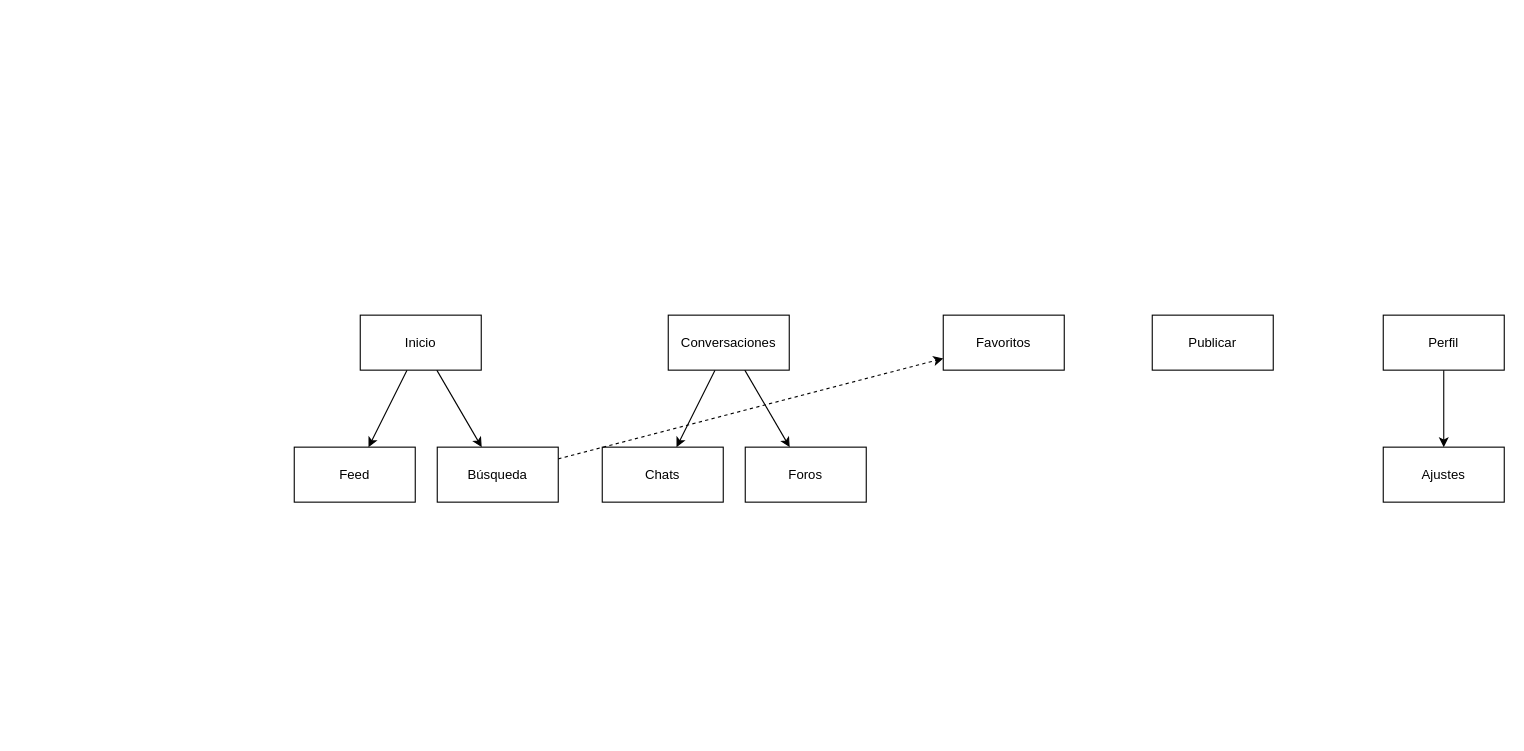
AlbertSchmalbachP/Liberium keeps this draw.io diagram as estructuraAplicacion.drawio. Above is the earlier version. Source tidied: cells renumbered, new cells numbered last; positions are measured from the earlier drawing's top-left corner, leaving out a move shared by most shapes. Both pictures are drawn from the tidied source at 110%, with x=0, y=0 at pixel (294, 315).
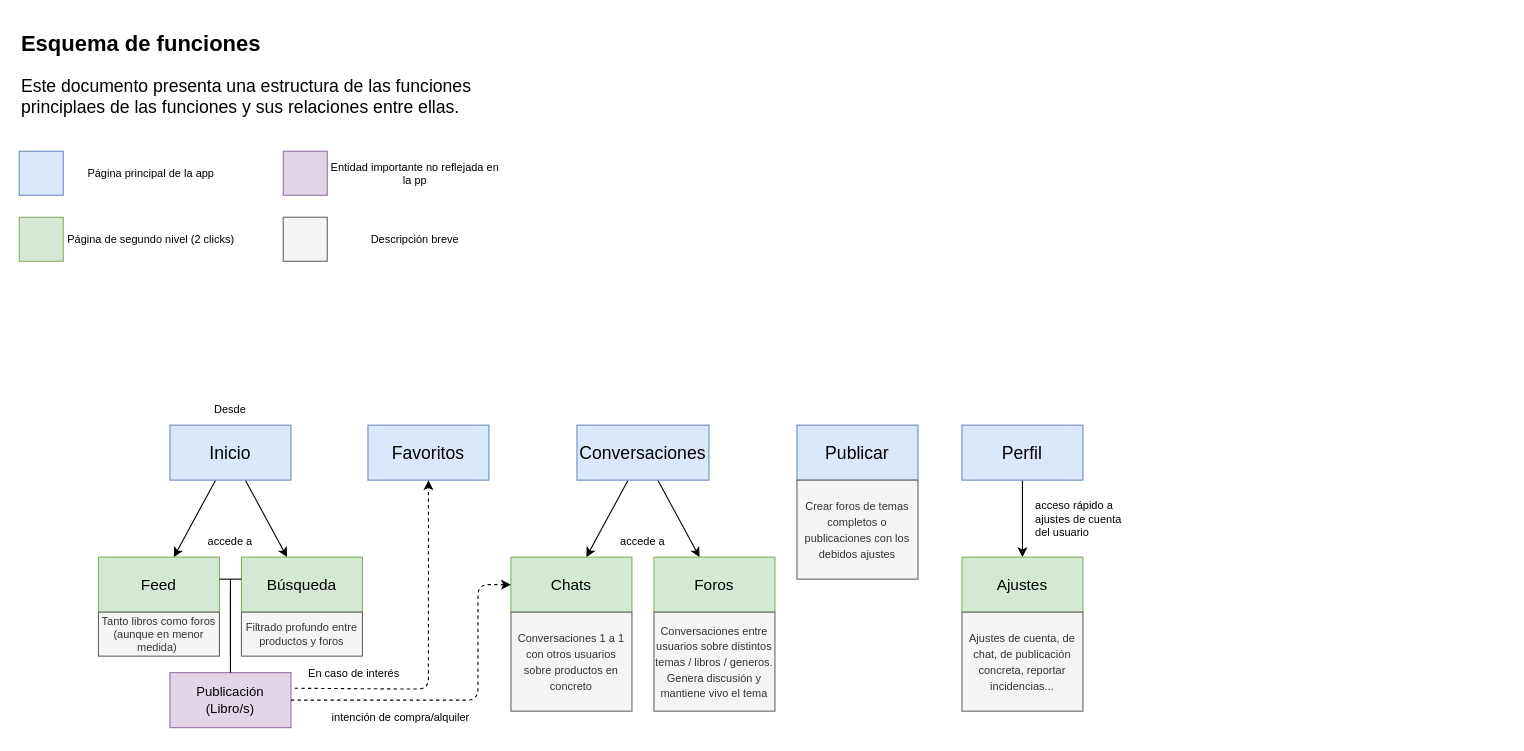
The same page after the edit.

Commit message:
limpiar diagrama de estructura.

What changed in the source:
```diff
@@
-    <mxCell id="4" value="Inicio" style="html=1;whiteSpace=wrap;" parent="1" vertex="1">
-      <mxGeometry x="60" width="110" height="50" as="geometry" />
+    <mxCell id="4" value="Inicio" style="html=1;whiteSpace=wrap;fillColor=#dae8fc;strokeColor=#6c8ebf;fontSize=16;" parent="1" vertex="1">
+      <mxGeometry x="-113" y="100" width="110" height="50" as="geometry" />
     </mxCell>
@@
-    <mxCell id="7" value="Conversaciones" style="html=1;whiteSpace=wrap;" parent="1" vertex="1">
-      <mxGeometry x="340" width="110" height="50" as="geometry" />
+    <mxCell id="7" value="Conversaciones" style="html=1;whiteSpace=wrap;fillColor=#dae8fc;strokeColor=#6c8ebf;fontSize=16;" parent="1" vertex="1">
+      <mxGeometry x="257" y="100" width="120" height="50" as="geometry" />
     </mxCell>
@@
-    <mxCell id="9" value="Perfil" style="html=1;whiteSpace=wrap;" parent="1" vertex="1">
-      <mxGeometry x="990" width="110" height="50" as="geometry" />
+    <mxCell id="9" value="Perfil" style="html=1;whiteSpace=wrap;fillColor=#dae8fc;strokeColor=#6c8ebf;fontSize=16;" parent="1" vertex="1">
+      <mxGeometry x="607" y="100" width="110" height="50" as="geometry" />
     </mxCell>
-    <mxCell id="10" value="Ajustes" style="html=1;whiteSpace=wrap;" parent="1" vertex="1">
-      <mxGeometry x="990" y="120" width="110" height="50" as="geometry" />
+    <mxCell id="10" value="Ajustes" style="html=1;whiteSpace=wrap;fillColor=#d5e8d4;strokeColor=#82b366;fontSize=14;" parent="1" vertex="1">
+      <mxGeometry x="607" y="220" width="110" height="50" as="geometry" />
     </mxCell>
-    <mxCell id="11" value="Favoritos" style="html=1;whiteSpace=wrap;" parent="1" vertex="1">
-      <mxGeometry x="590" width="110" height="50" as="geometry" />
+    <mxCell id="11" value="Favoritos" style="html=1;whiteSpace=wrap;fillColor=#dae8fc;strokeColor=#6c8ebf;fontSize=16;" parent="1" vertex="1">
+      <mxGeometry x="67" y="100" width="110" height="50" as="geometry" />
     </mxCell>
-    <mxCell id="12" value="Foros" style="html=1;whiteSpace=wrap;" parent="1" vertex="1">
-      <mxGeometry x="410" y="120" width="110" height="50" as="geometry" />
+    <mxCell id="12" value="Foros" style="html=1;whiteSpace=wrap;fillColor=#d5e8d4;strokeColor=#82b366;fontSize=14;" parent="1" vertex="1">
+      <mxGeometry x="327" y="220" width="110" height="50" as="geometry" />
     </mxCell>
-    <mxCell id="13" value="Chats" style="html=1;whiteSpace=wrap;" parent="1" vertex="1">
-      <mxGeometry x="280" y="120" width="110" height="50" as="geometry" />
+    <mxCell id="13" value="Chats" style="html=1;whiteSpace=wrap;fillColor=#d5e8d4;strokeColor=#82b366;fontSize=14;" parent="1" vertex="1">
+      <mxGeometry x="197" y="220" width="110" height="50" as="geometry" />
     </mxCell>
-    <mxCell id="14" style="edgeStyle=none;html=1;dashed=1;" parent="1" edge="1" source="15" target="11">
-      <mxGeometry relative="1" as="geometry" />
+    <mxCell id="14" style="edgeStyle=none;html=1;dashed=1;exitX=1.031;exitY=0.284;exitDx=0;exitDy=0;exitPerimeter=0;" parent="1" edge="1" source="21" target="11">
+      <mxGeometry relative="1" as="geometry">
+        <Array as="points">
+          <mxPoint x="122" y="340" />
+        </Array>
+      </mxGeometry>
     </mxCell>
-    <mxCell id="15" value="Búsqueda" style="html=1;whiteSpace=wrap;" parent="1" vertex="1">
-      <mxGeometry x="130" y="120" width="110" height="50" as="geometry" />
+    <mxCell id="15" value="Búsqueda" style="html=1;whiteSpace=wrap;fillColor=#d5e8d4;strokeColor=#82b366;fontSize=14;" parent="1" vertex="1">
+      <mxGeometry x="-48" y="220" width="110" height="50" as="geometry" />
     </mxCell>
-    <mxCell id="16" value="Feed" style="html=1;whiteSpace=wrap;" parent="1" vertex="1">
-      <mxGeometry y="120" width="110" height="50" as="geometry" />
+    <mxCell id="16" value="Feed" style="html=1;whiteSpace=wrap;fillColor=#d5e8d4;strokeColor=#82b366;fontSize=14;" parent="1" vertex="1">
+      <mxGeometry x="-178" y="220" width="110" height="50" as="geometry" />
     </mxCell>
-    <mxCell id="17" value="Publicar" style="html=1;whiteSpace=wrap;" parent="1" vertex="1">
-      <mxGeometry x="780" width="110" height="50" as="geometry" />
+    <mxCell id="17" value="Publicar" style="html=1;whiteSpace=wrap;fillColor=#dae8fc;strokeColor=#6c8ebf;fontSize=16;" parent="1" vertex="1">
+      <mxGeometry x="457" y="100" width="110" height="50" as="geometry" />
     </mxCell>
+    <mxCell id="18" value="&lt;h1 style=&quot;margin-top: 0px;&quot;&gt;&lt;font style=&quot;font-size: 20px;&quot;&gt;Esquema de funciones&lt;/font&gt;&lt;/h1&gt;&lt;p&gt;&lt;font style=&quot;font-size: 16px;&quot;&gt;Este documento presenta una estructura de las funciones principlaes de las funciones y sus relaciones entre ellas.&lt;/font&gt;&lt;/p&gt;" style="text;html=1;whiteSpace=wrap;overflow=hidden;rounded=0;" parent="1" vertex="1">
+      <mxGeometry x="-250" y="-269" width="450" height="120" as="geometry" />
+    </mxCell>
+    <mxCell id="19" value="Desde" style="text;html=1;whiteSpace=wrap;strokeColor=none;fillColor=none;align=center;verticalAlign=middle;rounded=0;fontSize=10;" parent="1" vertex="1">
+      <mxGeometry x="-88" y="70" width="60" height="30" as="geometry" />
+    </mxCell>
+    <mxCell id="20" value="accede a" style="text;html=1;whiteSpace=wrap;strokeColor=none;fillColor=none;align=center;verticalAlign=middle;rounded=0;fontSize=10;" parent="1" vertex="1">
+      <mxGeometry x="-88" y="190" width="60" height="30" as="geometry" />
+    </mxCell>
+    <mxCell id="21" value="Publicación&lt;div&gt;(Libro/s)&lt;/div&gt;" style="html=1;whiteSpace=wrap;fillColor=#e1d5e7;strokeColor=#9673a6;" parent="1" vertex="1">
+      <mxGeometry x="-113" y="325" width="110" height="50" as="geometry" />
+    </mxCell>
+    <mxCell id="22" style="endArrow=none;html=1;" parent="1" edge="1">
+      <mxGeometry relative="1" as="geometry">
+        <mxPoint x="-68" y="240" as="sourcePoint" />
+        <mxPoint x="-48" y="240" as="targetPoint" />
+      </mxGeometry>
+    </mxCell>
+    <mxCell id="23" style="endArrow=none;html=1;" parent="1" edge="1">
+      <mxGeometry relative="1" as="geometry">
+        <mxPoint x="-58" y="310" as="sourcePoint" />
+        <mxPoint x="-58" y="250" as="targetPoint" />
+      </mxGeometry>
+    </mxCell>
+    <mxCell id="24" style="endArrow=none;html=1;exitX=0.5;exitY=0;exitDx=0;exitDy=0;" parent="1" edge="1" source="21">
+      <mxGeometry relative="1" as="geometry">
+        <mxPoint x="-58" y="240" as="targetPoint" />
+      </mxGeometry>
+    </mxCell>
+    <mxCell id="25" value="accede a" style="text;html=1;whiteSpace=wrap;strokeColor=none;fillColor=none;align=center;verticalAlign=middle;rounded=0;fontSize=10;" parent="1" vertex="1">
+      <mxGeometry x="287" y="190" width="60" height="30" as="geometry" />
+    </mxCell>
+    <mxCell id="26" style="edgeStyle=none;html=1;dashed=1;" parent="1" edge="1" source="21" target="13">
+      <mxGeometry relative="1" as="geometry">
+        <Array as="points">
+          <mxPoint x="167" y="350" />
+          <mxPoint x="167" y="245" />
+        </Array>
+      </mxGeometry>
+    </mxCell>
+    <mxCell id="27" value="En caso de interés" style="text;html=1;whiteSpace=wrap;strokeColor=none;fillColor=none;align=center;verticalAlign=middle;rounded=0;fontSize=10;" parent="1" vertex="1">
+      <mxGeometry x="7" y="310" width="95" height="30" as="geometry" />
+    </mxCell>
+    <mxCell id="28" value="intención de compra/alquiler" style="text;html=1;whiteSpace=wrap;strokeColor=none;fillColor=none;align=center;verticalAlign=middle;rounded=0;fontSize=10;" parent="1" vertex="1">
+      <mxGeometry x="27" y="350" width="140" height="30" as="geometry" />
+    </mxCell>
+    <mxCell id="29" value="&lt;font style=&quot;font-size: 10px;&quot;&gt;Conversaciones 1 a 1 con otros usuarios sobre productos en concreto&lt;/font&gt;" style="rounded=0;whiteSpace=wrap;html=1;fillColor=#f5f5f5;strokeColor=#666666;fontColor=#333333;" parent="1" vertex="1">
+      <mxGeometry x="197" y="270" width="110" height="90" as="geometry" />
+    </mxCell>
+    <mxCell id="30" value="&lt;font style=&quot;font-size: 10px;&quot;&gt;Conversaciones entre usuarios sobre distintos temas / libros / generos. Genera discusión y mantiene vivo el tema&lt;/font&gt;" style="rounded=0;whiteSpace=wrap;html=1;fillColor=#f5f5f5;strokeColor=#666666;fontColor=#333333;" parent="1" vertex="1">
+      <mxGeometry x="327" y="270" width="110" height="90" as="geometry" />
+    </mxCell>
+    <mxCell id="31" value="&lt;font style=&quot;font-size: 10px;&quot;&gt;Ajustes de cuenta, de chat, de publicación concreta, reportar incidencias...&lt;/font&gt;" style="rounded=0;whiteSpace=wrap;html=1;fillColor=#f5f5f5;strokeColor=#666666;fontColor=#333333;" parent="1" vertex="1">
+      <mxGeometry x="607" y="270" width="110" height="90" as="geometry" />
+    </mxCell>
+    <mxCell id="32" value="acceso rápido a ajustes de cuenta del usuario" style="text;html=1;whiteSpace=wrap;strokeColor=none;fillColor=none;align=left;verticalAlign=middle;rounded=0;fontSize=10;" parent="1" vertex="1">
+      <mxGeometry x="672" y="160" width="95" height="50" as="geometry" />
+    </mxCell>
+    <mxCell id="33" value="&lt;font style=&quot;font-size: 10px;&quot;&gt;Crear foros de temas completos o publicaciones con los debidos ajustes&lt;/font&gt;" style="rounded=0;whiteSpace=wrap;html=1;fillColor=#f5f5f5;strokeColor=#666666;fontColor=#333333;" parent="1" vertex="1">
+      <mxGeometry x="457" y="150" width="110" height="90" as="geometry" />
+    </mxCell>
+    <mxCell id="34" value="&lt;span&gt;Tanto libros como foros (aunque en menor medida)&amp;nbsp;&lt;/span&gt;" style="rounded=0;whiteSpace=wrap;html=1;fillColor=#f5f5f5;strokeColor=#666666;fontColor=#333333;fontSize=10;" parent="1" vertex="1">
+      <mxGeometry x="-178" y="270" width="110" height="40" as="geometry" />
+    </mxCell>
+    <mxCell id="35" value="Filtrado profundo entre productos y foros" style="rounded=0;whiteSpace=wrap;html=1;fillColor=#f5f5f5;strokeColor=#666666;fontColor=#333333;fontSize=10;" parent="1" vertex="1">
+      <mxGeometry x="-48" y="270" width="110" height="40" as="geometry" />
+    </mxCell>
+    <mxCell id="36" style="rounded=0;whiteSpace=wrap;html=1;fillColor=#dae8fc;strokeColor=#6c8ebf;" parent="1" vertex="1">
+      <mxGeometry x="-250" y="-149" width="40" height="40" as="geometry" />
+    </mxCell>
+    <mxCell id="37" style="rounded=0;whiteSpace=wrap;html=1;fillColor=#d5e8d4;strokeColor=#82b366;" parent="1" vertex="1">
+      <mxGeometry x="-250" y="-89" width="40" height="40" as="geometry" />
+    </mxCell>
+    <mxCell id="38" style="rounded=0;whiteSpace=wrap;html=1;fillColor=#e1d5e7;strokeColor=#9673a6;" parent="1" vertex="1">
+      <mxGeometry x="-10" y="-149" width="40" height="40" as="geometry" />
+    </mxCell>
+    <mxCell id="39" style="rounded=0;whiteSpace=wrap;html=1;fillColor=#f5f5f5;fontColor=#333333;strokeColor=#666666;" parent="1" vertex="1">
+      <mxGeometry x="-10" y="-89" width="40" height="40" as="geometry" />
+    </mxCell>
+    <mxCell id="40" value="Página principal de la app" style="text;html=1;whiteSpace=wrap;strokeColor=none;fillColor=none;align=center;verticalAlign=middle;rounded=0;fontSize=10;" parent="1" vertex="1">
+      <mxGeometry x="-210" y="-149" width="160" height="40" as="geometry" />
+    </mxCell>
+    <mxCell id="41" value="Página de segundo nivel (2 clicks)" style="text;html=1;whiteSpace=wrap;strokeColor=none;fillColor=none;align=center;verticalAlign=middle;rounded=0;fontSize=10;" parent="1" vertex="1">
+      <mxGeometry x="-210" y="-89" width="160" height="40" as="geometry" />
+    </mxCell>
+    <mxCell id="42" value="Entidad importante no reflejada en la pp" style="text;html=1;whiteSpace=wrap;strokeColor=none;fillColor=none;align=center;verticalAlign=middle;rounded=0;fontSize=10;" parent="1" vertex="1">
+      <mxGeometry x="30" y="-149" width="160" height="40" as="geometry" />
+    </mxCell>
+    <mxCell id="43" value="Descripción breve" style="text;html=1;whiteSpace=wrap;strokeColor=none;fillColor=none;align=center;verticalAlign=middle;rounded=0;fontSize=10;" parent="1" vertex="1">
+      <mxGeometry x="30" y="-89" width="160" height="40" as="geometry" />
+    </mxCell>
```
